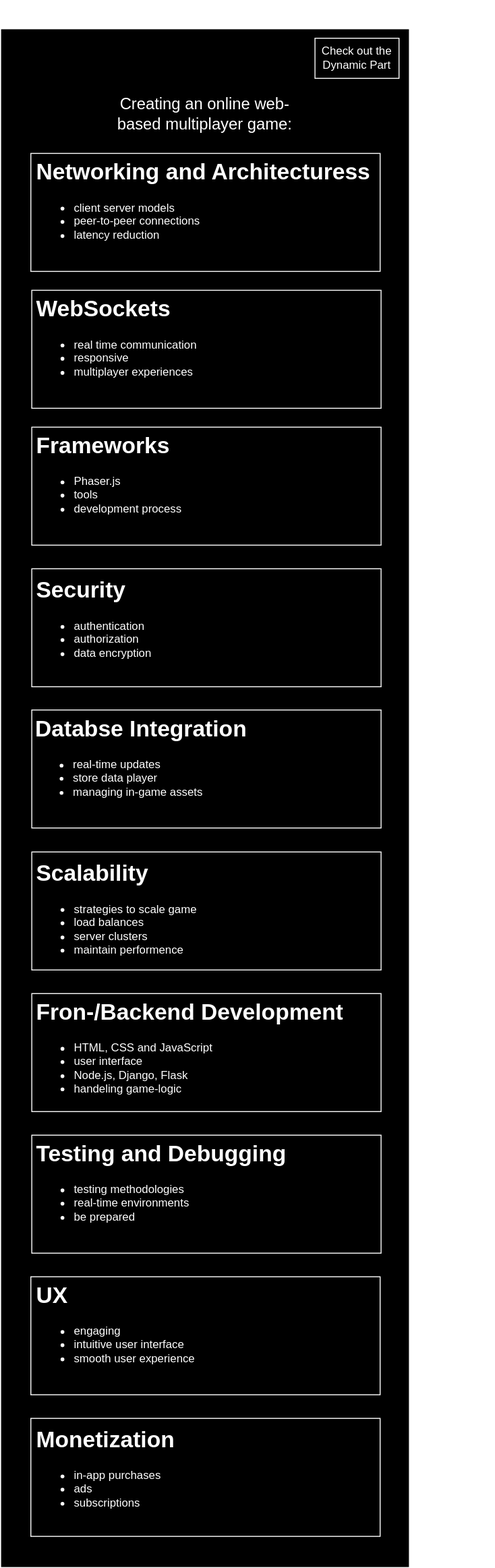
This is static.svg from DenizCiger/Pugnators, a draw.io export, as it was before one commit. Source tidied: cells renumbered, new cells last; positions are measured from the earlier drawing's top-left corner, leaving out a move shared by most shapes.
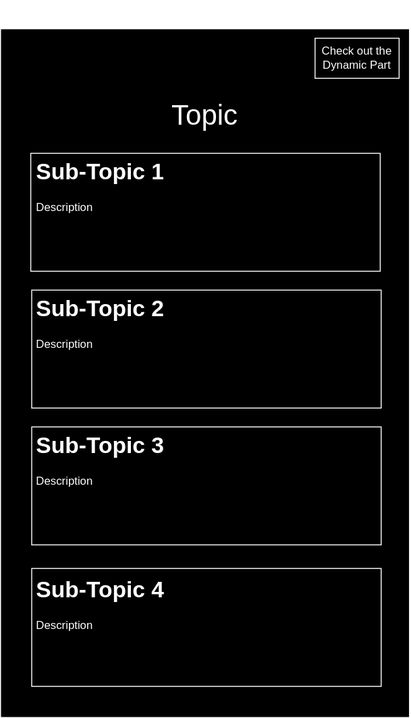
The same file after the commit.

Diff of the diagram source:
```diff
@@ -3,15 +3,15 @@
     <mxCell id="0" />
     <mxCell id="1" parent="0" />
     <mxCell id="2" style="rounded=0;whiteSpace=wrap;html=1;" parent="1" vertex="1">
-      <mxGeometry y="30" width="433" height="1630" as="geometry" />
+      <mxGeometry y="30" width="433" height="730" as="geometry" />
     </mxCell>
     <mxCell id="3" style="rounded=0;whiteSpace=wrap;html=1;" parent="1" vertex="1">
       <mxGeometry x="32" y="162" width="370" height="125" as="geometry" />
     </mxCell>
-    <mxCell id="4" value="Creating an online web-based multiplayer game:" style="text;html=1;strokeColor=none;fillColor=none;align=center;verticalAlign=middle;whiteSpace=wrap;rounded=0;fontSize=17;" parent="1" vertex="1">
+    <mxCell id="4" value="&lt;font style=&quot;font-size: 30px;&quot;&gt;Topic&lt;/font&gt;" style="text;html=1;strokeColor=none;fillColor=none;align=center;verticalAlign=middle;whiteSpace=wrap;rounded=0;fontSize=17;" parent="1" vertex="1">
       <mxGeometry x="121" y="102.5" width="191" height="37.5" as="geometry" />
     </mxCell>
-    <mxCell id="5" value="&lt;h1&gt;Networking and Architecturess&lt;/h1&gt;&lt;div&gt;&lt;ul&gt;&lt;li&gt;client server models&lt;/li&gt;&lt;li&gt;peer-to-peer connections&amp;nbsp;&lt;/li&gt;&lt;li&gt;latency reduction&lt;/li&gt;&lt;/ul&gt;&lt;/div&gt;" style="text;html=1;strokeColor=none;fillColor=none;spacing=5;spacingTop=-20;whiteSpace=wrap;overflow=hidden;rounded=0;" parent="1" vertex="1">
+    <mxCell id="5" value="&lt;h1&gt;Sub-Topic 1&lt;/h1&gt;&lt;div&gt;Description&lt;/div&gt;" style="text;html=1;strokeColor=none;fillColor=none;spacing=5;spacingTop=-20;whiteSpace=wrap;overflow=hidden;rounded=0;" parent="1" vertex="1">
       <mxGeometry x="33" y="162" width="400" height="117.5" as="geometry" />
     </mxCell>
     <mxCell id="6" style="rounded=0;whiteSpace=wrap;html=1;" parent="1" vertex="1">
@@ -23,51 +23,15 @@
     <mxCell id="8" style="rounded=0;whiteSpace=wrap;html=1;" parent="1" vertex="1">
       <mxGeometry x="33" y="602" width="370" height="125" as="geometry" />
     </mxCell>
-    <mxCell id="9" style="rounded=0;whiteSpace=wrap;html=1;" parent="1" vertex="1">
-      <mxGeometry x="33" y="751.6" width="370" height="125" as="geometry" />
-    </mxCell>
-    <mxCell id="10" style="rounded=0;whiteSpace=wrap;html=1;" parent="1" vertex="1">
-      <mxGeometry x="33" y="902" width="370" height="125" as="geometry" />
-    </mxCell>
-    <mxCell id="11" style="rounded=0;whiteSpace=wrap;html=1;" parent="1" vertex="1">
-      <mxGeometry x="33" y="1052" width="370" height="125" as="geometry" />
-    </mxCell>
-    <mxCell id="12" style="rounded=0;whiteSpace=wrap;html=1;" parent="1" vertex="1">
-      <mxGeometry x="32" y="1352" width="370" height="125" as="geometry" />
-    </mxCell>
-    <mxCell id="13" style="rounded=0;whiteSpace=wrap;html=1;" parent="1" vertex="1">
-      <mxGeometry x="33" y="1202" width="370" height="125" as="geometry" />
-    </mxCell>
-    <mxCell id="14" style="rounded=0;whiteSpace=wrap;html=1;" parent="1" vertex="1">
-      <mxGeometry x="32" y="1502" width="370" height="125" as="geometry" />
-    </mxCell>
-    <mxCell id="15" value="&lt;h1&gt;WebSockets&lt;/h1&gt;&lt;div&gt;&lt;ul&gt;&lt;li&gt;real time communication&lt;/li&gt;&lt;li&gt;responsive&lt;/li&gt;&lt;li&gt;multiplayer experiences&lt;/li&gt;&lt;/ul&gt;&lt;/div&gt;" style="text;html=1;strokeColor=none;fillColor=none;spacing=5;spacingTop=-20;whiteSpace=wrap;overflow=hidden;rounded=0;" parent="1" vertex="1">
+    <mxCell id="15" value="&lt;h1 style=&quot;border-color: var(--border-color);&quot;&gt;Sub-Topic 2&lt;/h1&gt;&lt;h1&gt;&lt;div style=&quot;border-color: var(--border-color); font-size: 12px; font-weight: 400;&quot;&gt;Description&lt;/div&gt;&lt;/h1&gt;" style="text;html=1;strokeColor=none;fillColor=none;spacing=5;spacingTop=-20;whiteSpace=wrap;overflow=hidden;rounded=0;" parent="1" vertex="1">
       <mxGeometry x="33" y="307" width="369" height="120" as="geometry" />
     </mxCell>
-    <mxCell id="16" value="&lt;h1&gt;Frameworks&lt;/h1&gt;&lt;div&gt;&lt;ul&gt;&lt;li&gt;Phaser.js&lt;/li&gt;&lt;li&gt;tools&lt;/li&gt;&lt;li&gt;development process&lt;/li&gt;&lt;/ul&gt;&lt;/div&gt;" style="text;html=1;strokeColor=none;fillColor=none;spacing=5;spacingTop=-20;whiteSpace=wrap;overflow=hidden;rounded=0;" parent="1" vertex="1">
+    <mxCell id="16" value="&lt;h1 style=&quot;border-color: var(--border-color);&quot;&gt;Sub-Topic 3&lt;/h1&gt;&lt;h1&gt;&lt;div style=&quot;border-color: var(--border-color); font-size: 12px; font-weight: 400;&quot;&gt;Description&lt;/div&gt;&lt;/h1&gt;" style="text;html=1;strokeColor=none;fillColor=none;spacing=5;spacingTop=-20;whiteSpace=wrap;overflow=hidden;rounded=0;" parent="1" vertex="1">
       <mxGeometry x="33" y="452" width="190" height="120" as="geometry" />
     </mxCell>
-    <mxCell id="17" value="&lt;h1&gt;Security&lt;/h1&gt;&lt;div&gt;&lt;ul&gt;&lt;li&gt;authentication&lt;/li&gt;&lt;li&gt;authorization&lt;/li&gt;&lt;li&gt;data encryption&lt;/li&gt;&lt;/ul&gt;&lt;/div&gt;" style="text;html=1;strokeColor=none;fillColor=none;spacing=5;spacingTop=-20;whiteSpace=wrap;overflow=hidden;rounded=0;" parent="1" vertex="1">
+    <mxCell id="17" value="&lt;h1 style=&quot;border-color: var(--border-color);&quot;&gt;Sub-Topic 4&lt;/h1&gt;&lt;h1&gt;&lt;div style=&quot;border-color: var(--border-color); font-size: 12px; font-weight: 400;&quot;&gt;Description&lt;/div&gt;&lt;/h1&gt;" style="text;html=1;strokeColor=none;fillColor=none;spacing=5;spacingTop=-20;whiteSpace=wrap;overflow=hidden;rounded=0;" parent="1" vertex="1">
       <mxGeometry x="33" y="604.5" width="190" height="120" as="geometry" />
     </mxCell>
-    <mxCell id="18" value="&lt;h1&gt;Databse Integration&lt;/h1&gt;&lt;div&gt;&lt;ul&gt;&lt;li&gt;real-time updates&lt;/li&gt;&lt;li&gt;store data player&lt;/li&gt;&lt;li&gt;managing in-game assets&lt;/li&gt;&lt;/ul&gt;&lt;/div&gt;" style="text;html=1;strokeColor=none;fillColor=none;spacing=5;spacingTop=-20;whiteSpace=wrap;overflow=hidden;rounded=0;" parent="1" vertex="1">
-      <mxGeometry x="32" y="751.6" width="330" height="120" as="geometry" />
-    </mxCell>
-    <mxCell id="19" value="&lt;h1&gt;Scalability&lt;/h1&gt;&lt;div&gt;&lt;ul&gt;&lt;li&gt;strategies to scale game&lt;/li&gt;&lt;li&gt;load balances&lt;/li&gt;&lt;li&gt;server clusters&lt;/li&gt;&lt;li&gt;maintain performence&lt;/li&gt;&lt;/ul&gt;&lt;/div&gt;" style="text;html=1;strokeColor=none;fillColor=none;spacing=5;spacingTop=-20;whiteSpace=wrap;overflow=hidden;rounded=0;" parent="1" vertex="1">
-      <mxGeometry x="33" y="904.5" width="190" height="120" as="geometry" />
-    </mxCell>
-    <mxCell id="20" value="&lt;h1&gt;Fron-/Backend Development&lt;/h1&gt;&lt;div&gt;&lt;ul&gt;&lt;li&gt;HTML, CSS and JavaScript&lt;/li&gt;&lt;li&gt;user interface&lt;/li&gt;&lt;li&gt;Node.js, Django, Flask&lt;/li&gt;&lt;li&gt;handeling game-logic&lt;/li&gt;&lt;/ul&gt;&lt;/div&gt;" style="text;html=1;strokeColor=none;fillColor=none;spacing=5;spacingTop=-20;whiteSpace=wrap;overflow=hidden;rounded=0;" parent="1" vertex="1">
-      <mxGeometry x="33" y="1052" width="490" height="110" as="geometry" />
-    </mxCell>
-    <mxCell id="21" value="&lt;h1&gt;Testing and Debugging&lt;/h1&gt;&lt;div&gt;&lt;ul&gt;&lt;li&gt;&lt;span style=&quot;background-color: initial;&quot;&gt;testing methodologies&lt;/span&gt;&lt;br&gt;&lt;/li&gt;&lt;li&gt;&lt;span style=&quot;background-color: initial;&quot;&gt;real-time environments&lt;/span&gt;&lt;/li&gt;&lt;li&gt;be prepared&lt;/li&gt;&lt;/ul&gt;&lt;/div&gt;" style="text;html=1;strokeColor=none;fillColor=none;spacing=5;spacingTop=-20;whiteSpace=wrap;overflow=hidden;rounded=0;" parent="1" vertex="1">
-      <mxGeometry x="33" y="1202" width="380" height="120" as="geometry" />
-    </mxCell>
-    <mxCell id="22" value="&lt;h1&gt;UX&lt;/h1&gt;&lt;div&gt;&lt;ul&gt;&lt;li&gt;engaging&lt;/li&gt;&lt;li&gt;intuitive user interface&lt;/li&gt;&lt;li&gt;smooth user experience&lt;/li&gt;&lt;/ul&gt;&lt;/div&gt;" style="text;html=1;strokeColor=none;fillColor=none;spacing=5;spacingTop=-20;whiteSpace=wrap;overflow=hidden;rounded=0;" parent="1" vertex="1">
-      <mxGeometry x="33" y="1352" width="190" height="120" as="geometry" />
-    </mxCell>
-    <mxCell id="23" value="&lt;h1&gt;Monetization&lt;/h1&gt;&lt;div&gt;&lt;ul&gt;&lt;li&gt;in-app purchases&lt;/li&gt;&lt;li&gt;ads&lt;/li&gt;&lt;li&gt;subscriptions&lt;/li&gt;&lt;/ul&gt;&lt;/div&gt;" style="text;html=1;strokeColor=none;fillColor=none;spacing=5;spacingTop=-20;whiteSpace=wrap;overflow=hidden;rounded=0;" parent="1" vertex="1">
-      <mxGeometry x="33" y="1504.5" width="190" height="120" as="geometry" />
-    </mxCell>
     <mxCell id="24" value="Static Part" style="text;html=1;align=center;verticalAlign=middle;strokeColor=none;fillColor=none;" parent="1" vertex="1">
       <mxGeometry x="183" width="80" height="30" as="geometry" />
     </mxCell>
```
